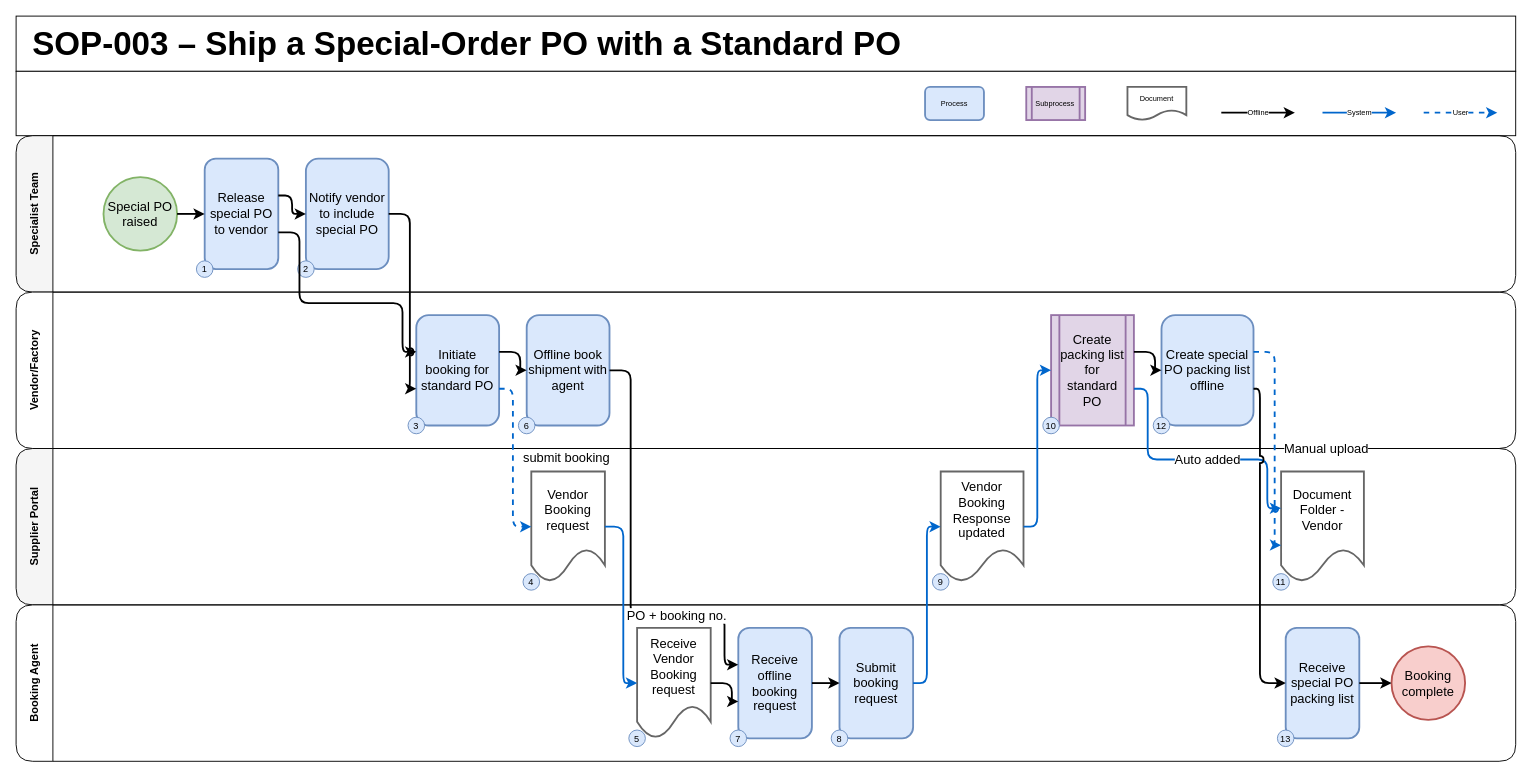
Before: examples/special-order-shipment.drawio in Andy-playground/Swimlane-builder, a draw.io diagram. Source tidied: cells renumbered, new cells numbered last; positions are measured from the earlier drawing's top-left corner, leaving out a move shared by most shapes. Both pictures are drawn from the tidied source at 92%, with x=0, y=0 at pixel (16, 16).
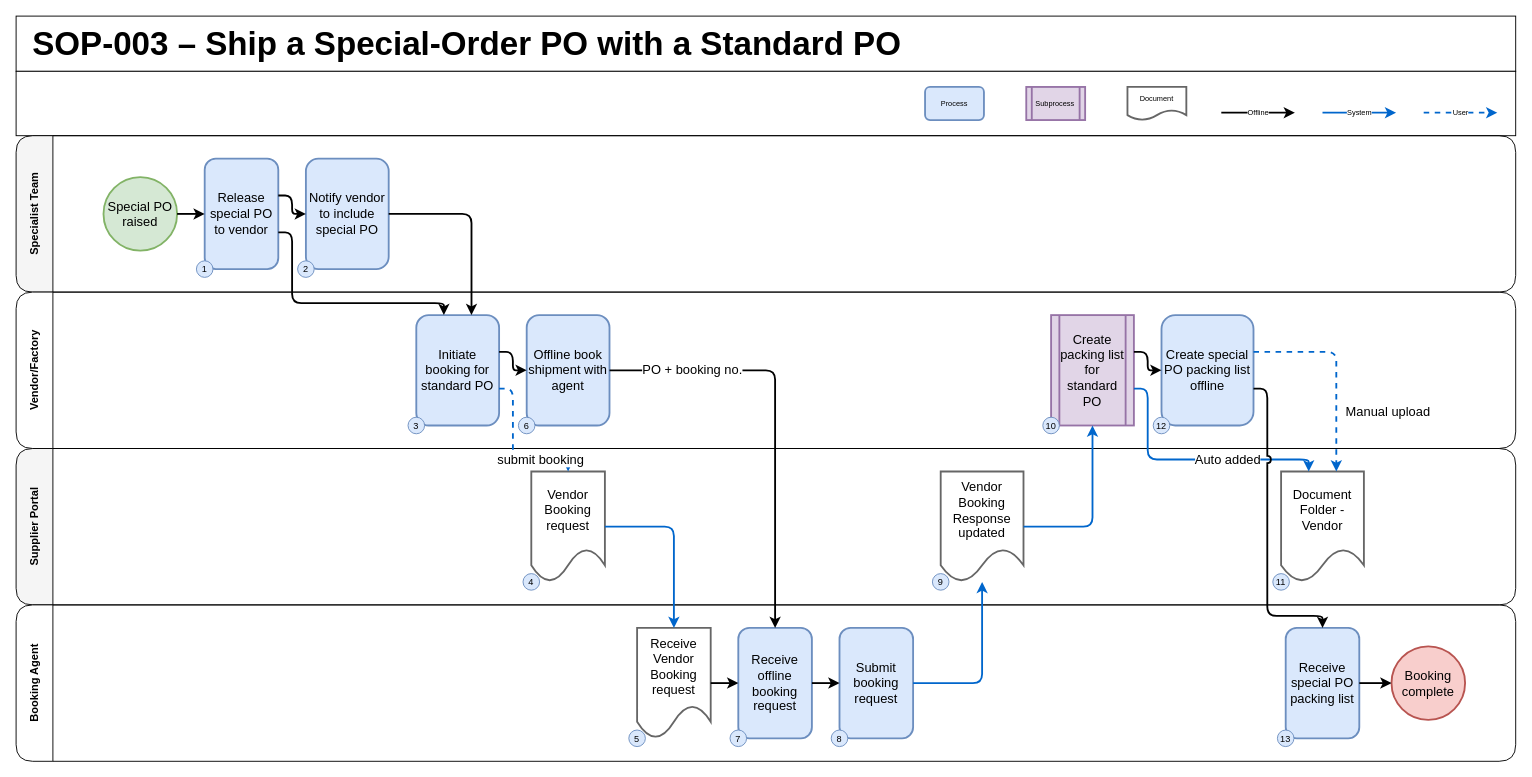
The same diagram, later.

Unchanged cells that the change refers to:
```xml
<mxCell id="15" value="Release special PO to vendor" style="rounded=1;whiteSpace=wrap;html=1;fontFamily=Helvetica;fontSize=14;fillColor=#dae8fc;strokeColor=#6c8ebf;strokeWidth=2;" parent="10" vertex="1">
  <mxGeometry x="205" y="25" width="80" height="120" as="geometry" />
</mxCell>
<mxCell id="17" value="Notify vendor to include special PO" style="rounded=1;whiteSpace=wrap;html=1;fontFamily=Helvetica;fontSize=14;fillColor=#dae8fc;strokeColor=#6c8ebf;strokeWidth=2;" parent="10" vertex="1">
  <mxGeometry x="315" y="25" width="90" height="120" as="geometry" />
</mxCell>
<mxCell id="19" value="Initiate booking for standard PO" style="rounded=1;whiteSpace=wrap;html=1;fontFamily=Helvetica;fontSize=14;fillColor=#dae8fc;strokeColor=#6c8ebf;strokeWidth=2;" parent="11" vertex="1">
  <mxGeometry x="435" y="25" width="90" height="120" as="geometry" />
</mxCell>
<mxCell id="21" value="Offline book shipment with agent" style="rounded=1;whiteSpace=wrap;html=1;fontFamily=Helvetica;fontSize=14;fillColor=#dae8fc;strokeColor=#6c8ebf;strokeWidth=2;" parent="11" vertex="1">
  <mxGeometry x="555" y="25" width="90" height="120" as="geometry" />
</mxCell>
<mxCell id="23" value="Create packing list for standard PO" style="shape=process;whiteSpace=wrap;html=1;fontFamily=Helvetica;fontSize=14;fillColor=#e1d5e7;strokeColor=#9673a6;strokeWidth=2;" parent="11" vertex="1">
  <mxGeometry x="1125" y="25" width="90" height="120" as="geometry" />
</mxCell>
<mxCell id="25" value="Create special PO packing list offline" style="rounded=1;whiteSpace=wrap;html=1;fontFamily=Helvetica;fontSize=14;fillColor=#dae8fc;strokeColor=#6c8ebf;strokeWidth=2;" parent="11" vertex="1">
  <mxGeometry x="1245" y="25" width="100" height="120" as="geometry" />
</mxCell>
<mxCell id="27" value="Vendor Booking request" style="shape=document;whiteSpace=wrap;html=1;boundedLbl=1;fontFamily=Helvetica;fontSize=14;fillColor=#ffffff;strokeColor=#666666;strokeWidth=2;" parent="12" vertex="1">
  <mxGeometry x="560" y="25" width="80" height="120" as="geometry" />
</mxCell>
<mxCell id="29" value="Vendor Booking Response updated" style="shape=document;whiteSpace=wrap;html=1;boundedLbl=1;fontFamily=Helvetica;fontSize=14;fillColor=#ffffff;strokeColor=#666666;strokeWidth=2;" parent="12" vertex="1">
  <mxGeometry x="1005" y="25" width="90" height="120" as="geometry" />
</mxCell>
<mxCell id="31" value="Document Folder - Vendor" style="shape=document;whiteSpace=wrap;html=1;boundedLbl=1;fontFamily=Helvetica;fontSize=14;fillColor=#ffffff;strokeColor=#666666;strokeWidth=2;" parent="12" vertex="1">
  <mxGeometry x="1375" y="25" width="90" height="120" as="geometry" />
</mxCell>
<mxCell id="33" value="Receive Vendor Booking request" style="shape=document;whiteSpace=wrap;html=1;boundedLbl=1;fontFamily=Helvetica;fontSize=14;fillColor=#ffffff;strokeColor=#666666;strokeWidth=2;" parent="13" vertex="1">
  <mxGeometry x="675" y="25" width="80" height="120" as="geometry" />
</mxCell>
<mxCell id="35" value="Receive offline booking request" style="rounded=1;whiteSpace=wrap;html=1;fontFamily=Helvetica;fontSize=14;fillColor=#dae8fc;strokeColor=#6c8ebf;strokeWidth=2;" parent="13" vertex="1">
  <mxGeometry x="785" y="25" width="80" height="120" as="geometry" />
</mxCell>
<mxCell id="37" value="Submit booking request" style="rounded=1;whiteSpace=wrap;html=1;fontFamily=Helvetica;fontSize=14;fillColor=#dae8fc;strokeColor=#6c8ebf;strokeWidth=2;" parent="13" vertex="1">
  <mxGeometry x="895" y="25" width="80" height="120" as="geometry" />
</mxCell>
<mxCell id="39" value="Receive special PO packing list" style="rounded=1;whiteSpace=wrap;html=1;fontFamily=Helvetica;fontSize=14;fillColor=#dae8fc;strokeColor=#6c8ebf;strokeWidth=2;" parent="13" vertex="1">
  <mxGeometry x="1380" y="25" width="80" height="120" as="geometry" />
</mxCell>
```

Diff of the diagram source:
```diff
@@
-    <mxCell id="43" style="edgeStyle=orthogonalEdgeStyle;rounded=1;html=1;fontFamily=Helvetica;fontSize=14;jettySize=auto;jumpStyle=arc;jumpSize=6;strokeWidth=2;exitX=1;exitY=0.333;exitDx=0;exitDy=0;entryX=0;entryY=0.5;entryDx=0;entryDy=0;" parent="1" edge="1" source="15" target="17">
+    <mxCell id="43" style="edgeStyle=orthogonalEdgeStyle;rounded=1;html=1;fontFamily=Helvetica;fontSize=14;jettySize=auto;jumpStyle=arc;jumpSize=6;strokeWidth=2;exitX=1;exitY=0.333333;exitDx=0;exitDy=0;entryX=0;entryY=0.5;entryDx=0;entryDy=0;" parent="1" edge="1" source="15" target="17">
       <mxGeometry relative="1" as="geometry">
         <Array as="points">
           <mxPoint x="300" y="195" />
           <mxPoint x="300" y="215" />
         </Array>
       </mxGeometry>
     </mxCell>
-    <mxCell id="44" style="edgeStyle=orthogonalEdgeStyle;rounded=1;html=1;fontFamily=Helvetica;fontSize=14;jettySize=auto;jumpStyle=arc;jumpSize=6;strokeWidth=2;exitX=1;exitY=0.667;exitDx=0;exitDy=0;entryX=0;entryY=0.333;entryDx=0;entryDy=0;" parent="1" edge="1" source="15" target="19">
+    <mxCell id="44" style="edgeStyle=orthogonalEdgeStyle;rounded=1;html=1;fontFamily=Helvetica;fontSize=14;jettySize=auto;jumpStyle=arc;jumpSize=6;strokeWidth=2;exitX=1;exitY=0.666667;exitDx=0;exitDy=0;entryX=0.333333;entryY=0;entryDx=0;entryDy=0;" parent="1" edge="1" source="15" target="19">
       <mxGeometry relative="1" as="geometry">
         <Array as="points">
-          <mxPoint x="308" y="235" />
-          <mxPoint x="308" y="312" />
-          <mxPoint x="420" y="312" />
-          <mxPoint x="420" y="365" />
+          <mxPoint x="300" y="235" />
+          <mxPoint x="300" y="312" />
+          <mxPoint x="465" y="312" />
         </Array>
       </mxGeometry>
     </mxCell>
-    <mxCell id="45" style="edgeStyle=orthogonalEdgeStyle;rounded=1;html=1;fontFamily=Helvetica;fontSize=14;jettySize=auto;jumpStyle=arc;jumpSize=6;strokeWidth=2;exitX=1;exitY=0.5;exitDx=0;exitDy=0;entryX=0;entryY=0.667;entryDx=0;entryDy=0;" parent="1" edge="1" source="17" target="19">
+    <mxCell id="45" style="edgeStyle=orthogonalEdgeStyle;rounded=1;html=1;fontFamily=Helvetica;fontSize=14;jettySize=auto;jumpStyle=arc;jumpSize=6;strokeWidth=2;exitX=1;exitY=0.5;exitDx=0;exitDy=0;entryX=0.666667;entryY=0;entryDx=0;entryDy=0;" parent="1" edge="1" source="17" target="19">
       <mxGeometry relative="1" as="geometry">
         <Array as="points">
-          <mxPoint x="428" y="215" />
-          <mxPoint x="428" y="405" />
+          <mxPoint x="495" y="215" />
         </Array>
       </mxGeometry>
     </mxCell>
-    <mxCell id="46" value="submit booking" style="edgeStyle=orthogonalEdgeStyle;rounded=1;html=1;fontFamily=Helvetica;fontSize=14;jettySize=auto;jumpStyle=arc;jumpSize=6;strokeWidth=2;strokeColor=#0066CC;dashed=1;exitX=1;exitY=0.667;exitDx=0;exitDy=0;entryX=0;entryY=0.5;entryDx=0;entryDy=0;" parent="1" edge="1" source="19" target="27">
-      <mxGeometry x="-0.03" relative="1" as="geometry">
+    <mxCell id="46" value="submit booking" style="edgeStyle=orthogonalEdgeStyle;rounded=1;html=1;fontFamily=Helvetica;fontSize=14;jettySize=auto;jumpStyle=arc;jumpSize=6;strokeWidth=2;strokeColor=#0066CC;dashed=1;exitX=1;exitY=0.666667;exitDx=0;exitDy=0;entryX=0.5;entryY=0;entryDx=0;entryDy=0;" parent="1" edge="1" source="19" target="27">
+      <mxGeometry x="0.48" relative="1" as="geometry">
         <Array as="points">
           <mxPoint x="540" y="405" />
-          <mxPoint x="540" y="555" />
+          <mxPoint x="540" y="482" />
+          <mxPoint x="600" y="482" />
         </Array>
-        <mxPoint x="58" as="offset" />
       </mxGeometry>
     </mxCell>
-    <mxCell id="47" style="edgeStyle=orthogonalEdgeStyle;rounded=1;html=1;fontFamily=Helvetica;fontSize=14;jettySize=auto;jumpStyle=arc;jumpSize=6;strokeWidth=2;exitX=1;exitY=0.333;exitDx=0;exitDy=0;entryX=0;entryY=0.5;entryDx=0;entryDy=0;" parent="1" edge="1" source="19" target="21">
+    <mxCell id="47" style="edgeStyle=orthogonalEdgeStyle;rounded=1;html=1;fontFamily=Helvetica;fontSize=14;jettySize=auto;jumpStyle=arc;jumpSize=6;strokeWidth=2;exitX=1;exitY=0.333333;exitDx=0;exitDy=0;entryX=0;entryY=0.5;entryDx=0;entryDy=0;" parent="1" edge="1" source="19" target="21">
       <mxGeometry relative="1" as="geometry">
         <Array as="points">
-          <mxPoint x="548" y="365" />
-          <mxPoint x="548" y="385" />
+          <mxPoint x="540" y="365" />
+          <mxPoint x="540" y="385" />
         </Array>
       </mxGeometry>
     </mxCell>
-    <mxCell id="48" style="edgeStyle=orthogonalEdgeStyle;rounded=1;html=1;fontFamily=Helvetica;fontSize=14;jettySize=auto;jumpStyle=arc;jumpSize=6;strokeWidth=2;strokeColor=#0066CC;exitX=1;exitY=0.5;exitDx=0;exitDy=0;entryX=0;entryY=0.5;entryDx=0;entryDy=0;" parent="1" edge="1" source="27" target="33">
+    <mxCell id="48" style="edgeStyle=orthogonalEdgeStyle;rounded=1;html=1;fontFamily=Helvetica;fontSize=14;jettySize=auto;jumpStyle=arc;jumpSize=6;strokeWidth=2;strokeColor=#0066CC;exitX=1;exitY=0.5;exitDx=0;exitDy=0;entryX=0.5;entryY=0;entryDx=0;entryDy=0;" parent="1" edge="1" source="27" target="33">
       <mxGeometry relative="1" as="geometry">
         <Array as="points">
-          <mxPoint x="660" y="555" />
-          <mxPoint x="660" y="725" />
+          <mxPoint x="715" y="555" />
         </Array>
       </mxGeometry>
     </mxCell>
-    <mxCell id="49" value="PO + booking no." style="edgeStyle=orthogonalEdgeStyle;rounded=1;html=1;fontFamily=Helvetica;fontSize=14;jettySize=auto;jumpStyle=arc;jumpSize=6;strokeWidth=2;exitX=1;exitY=0.5;exitDx=0;exitDy=0;entryX=0;entryY=0.333;entryDx=0;entryDy=0;" parent="1" edge="1" source="21" target="35">
-      <mxGeometry x="0.48" relative="1" as="geometry">
+    <mxCell id="49" value="PO + booking no." style="edgeStyle=orthogonalEdgeStyle;rounded=1;html=1;fontFamily=Helvetica;fontSize=14;jettySize=auto;jumpStyle=arc;jumpSize=6;strokeWidth=2;exitX=1;exitY=0.5;exitDx=0;exitDy=0;entryX=0.5;entryY=0;entryDx=0;entryDy=0;" parent="1" edge="1" source="21" target="35">
+      <mxGeometry x="-0.61" relative="1" as="geometry">
         <Array as="points">
-          <mxPoint x="668" y="385" />
-          <mxPoint x="668" y="652" />
-          <mxPoint x="770" y="652" />
-          <mxPoint x="770" y="705" />
+          <mxPoint x="825" y="385" />
         </Array>
       </mxGeometry>
     </mxCell>
-    <mxCell id="50" style="edgeStyle=orthogonalEdgeStyle;rounded=1;html=1;fontFamily=Helvetica;fontSize=14;jettySize=auto;jumpStyle=arc;jumpSize=6;strokeWidth=2;exitX=1;exitY=0.5;exitDx=0;exitDy=0;entryX=0;entryY=0.667;entryDx=0;entryDy=0;" parent="1" edge="1" source="33" target="35">
-      <mxGeometry relative="1" as="geometry">
-        <Array as="points">
-          <mxPoint x="778" y="725" />
-          <mxPoint x="778" y="745" />
-        </Array>
-      </mxGeometry>
+    <mxCell id="50" style="edgeStyle=orthogonalEdgeStyle;rounded=1;html=1;fontFamily=Helvetica;fontSize=14;jettySize=auto;jumpStyle=arc;jumpSize=6;strokeWidth=2;exitX=1;exitY=0.5;exitDx=0;exitDy=0;entryX=0;entryY=0.5;entryDx=0;entryDy=0;" parent="1" edge="1" source="33" target="35">
+      <mxGeometry relative="1" as="geometry" />
     </mxCell>
@@
-    <mxCell id="52" style="edgeStyle=orthogonalEdgeStyle;rounded=1;html=1;fontFamily=Helvetica;fontSize=14;jettySize=auto;jumpStyle=arc;jumpSize=6;strokeWidth=2;strokeColor=#0066CC;exitX=1;exitY=0.5;exitDx=0;exitDy=0;entryX=0;entryY=0.5;entryDx=0;entryDy=0;" parent="1" edge="1" source="37" target="29">
+    <mxCell id="52" style="edgeStyle=orthogonalEdgeStyle;rounded=1;html=1;fontFamily=Helvetica;fontSize=14;jettySize=auto;jumpStyle=arc;jumpSize=6;strokeWidth=2;strokeColor=#0066CC;exitX=1;exitY=0.5;exitDx=0;exitDy=0;entryX=0.5;entryY=1;entryDx=0;entryDy=0;" parent="1" edge="1" source="37" target="29">
       <mxGeometry relative="1" as="geometry">
         <Array as="points">
-          <mxPoint x="990" y="725" />
-          <mxPoint x="990" y="555" />
+          <mxPoint x="1050" y="725" />
         </Array>
       </mxGeometry>
     </mxCell>
-    <mxCell id="53" style="edgeStyle=orthogonalEdgeStyle;rounded=1;html=1;fontFamily=Helvetica;fontSize=14;jettySize=auto;jumpStyle=arc;jumpSize=6;strokeWidth=2;strokeColor=#0066CC;exitX=1;exitY=0.5;exitDx=0;exitDy=0;entryX=0;entryY=0.5;entryDx=0;entryDy=0;" parent="1" edge="1" source="29" target="23">
+    <mxCell id="53" style="edgeStyle=orthogonalEdgeStyle;rounded=1;html=1;fontFamily=Helvetica;fontSize=14;jettySize=auto;jumpStyle=arc;jumpSize=6;strokeWidth=2;strokeColor=#0066CC;exitX=1;exitY=0.5;exitDx=0;exitDy=0;entryX=0.5;entryY=1;entryDx=0;entryDy=0;" parent="1" edge="1" source="29" target="23">
       <mxGeometry relative="1" as="geometry">
         <Array as="points">
-          <mxPoint x="1110" y="555" />
-          <mxPoint x="1110" y="385" />
+          <mxPoint x="1170" y="555" />
         </Array>
       </mxGeometry>
     </mxCell>
-    <mxCell id="54" value="Auto added" style="edgeStyle=orthogonalEdgeStyle;rounded=1;html=1;fontFamily=Helvetica;fontSize=14;jettySize=auto;jumpStyle=arc;jumpSize=6;strokeWidth=2;strokeColor=#0066CC;exitX=1;exitY=0.667;exitDx=0;exitDy=0;entryX=0;entryY=0.333;entryDx=0;entryDy=0;" parent="1" edge="1" source="23" target="31">
-      <mxGeometry x="0.08" relative="1" as="geometry">
+    <mxCell id="54" value="Auto added" style="edgeStyle=orthogonalEdgeStyle;rounded=1;html=1;fontFamily=Helvetica;fontSize=14;jettySize=auto;jumpStyle=arc;jumpSize=6;strokeWidth=2;strokeColor=#0066CC;exitX=1;exitY=0.666667;exitDx=0;exitDy=0;entryX=0.333333;entryY=0;entryDx=0;entryDy=0;" parent="1" edge="1" source="23" target="31">
+      <mxGeometry x="0.28" relative="1" as="geometry">
         <Array as="points">
           <mxPoint x="1230" y="405" />
           <mxPoint x="1230" y="482" />
-          <mxPoint x="1360" y="482" />
-          <mxPoint x="1360" y="535" />
+          <mxPoint x="1405" y="482" />
         </Array>
       </mxGeometry>
     </mxCell>
-    <mxCell id="55" style="edgeStyle=orthogonalEdgeStyle;rounded=1;html=1;fontFamily=Helvetica;fontSize=14;jettySize=auto;jumpStyle=arc;jumpSize=6;strokeWidth=2;exitX=1;exitY=0.333;exitDx=0;exitDy=0;entryX=0;entryY=0.5;entryDx=0;entryDy=0;" parent="1" edge="1" source="23" target="25">
+    <mxCell id="55" style="edgeStyle=orthogonalEdgeStyle;rounded=1;html=1;fontFamily=Helvetica;fontSize=14;jettySize=auto;jumpStyle=arc;jumpSize=6;strokeWidth=2;exitX=1;exitY=0.333333;exitDx=0;exitDy=0;entryX=0;entryY=0.5;entryDx=0;entryDy=0;" parent="1" edge="1" source="23" target="25">
       <mxGeometry relative="1" as="geometry">
         <Array as="points">
-          <mxPoint x="1238" y="365" />
-          <mxPoint x="1238" y="385" />
+          <mxPoint x="1230" y="365" />
+          <mxPoint x="1230" y="385" />
         </Array>
       </mxGeometry>
     </mxCell>
-    <mxCell id="56" value="Manual upload" style="edgeStyle=orthogonalEdgeStyle;rounded=1;html=1;fontFamily=Helvetica;fontSize=14;jettySize=auto;jumpStyle=arc;jumpSize=6;strokeWidth=2;strokeColor=#0066CC;dashed=1;exitX=1;exitY=0.333;exitDx=0;exitDy=0;entryX=0;entryY=0.667;entryDx=0;entryDy=0;" parent="1" edge="1" source="25" target="31">
-      <mxGeometry x="0.07" relative="1" as="geometry">
+    <mxCell id="56" value="Manual upload" style="edgeStyle=orthogonalEdgeStyle;rounded=1;html=1;fontFamily=Helvetica;fontSize=14;jettySize=auto;jumpStyle=arc;jumpSize=6;strokeWidth=2;strokeColor=#0066CC;dashed=1;exitX=1;exitY=0.333333;exitDx=0;exitDy=0;entryX=0.666667;entryY=0;entryDx=0;entryDy=0;" parent="1" edge="1" source="25" target="31">
+      <mxGeometry x="0.41" relative="1" as="geometry">
         <Array as="points">
-          <mxPoint x="1368" y="365" />
-          <mxPoint x="1368" y="575" />
+          <mxPoint x="1435" y="365" />
         </Array>
         <mxPoint x="56" as="offset" />
       </mxGeometry>
     </mxCell>
-    <mxCell id="57" style="edgeStyle=orthogonalEdgeStyle;rounded=1;html=1;fontFamily=Helvetica;fontSize=14;jettySize=auto;jumpStyle=arc;jumpSize=6;strokeWidth=2;exitX=1;exitY=0.667;exitDx=0;exitDy=0;entryX=0;entryY=0.5;entryDx=0;entryDy=0;" parent="1" edge="1" source="25" target="39">
+    <mxCell id="57" style="edgeStyle=orthogonalEdgeStyle;rounded=1;html=1;fontFamily=Helvetica;fontSize=14;jettySize=auto;jumpStyle=arc;jumpSize=6;strokeWidth=2;exitX=1;exitY=0.666667;exitDx=0;exitDy=0;entryX=0.5;entryY=0;entryDx=0;entryDy=0;" parent="1" edge="1" source="25" target="39">
       <mxGeometry relative="1" as="geometry">
         <Array as="points">
-          <mxPoint x="1352" y="405" />
-          <mxPoint x="1352" y="725" />
+          <mxPoint x="1360" y="405" />
+          <mxPoint x="1360" y="652" />
+          <mxPoint x="1420" y="652" />
         </Array>
       </mxGeometry>
     </mxCell>
```
